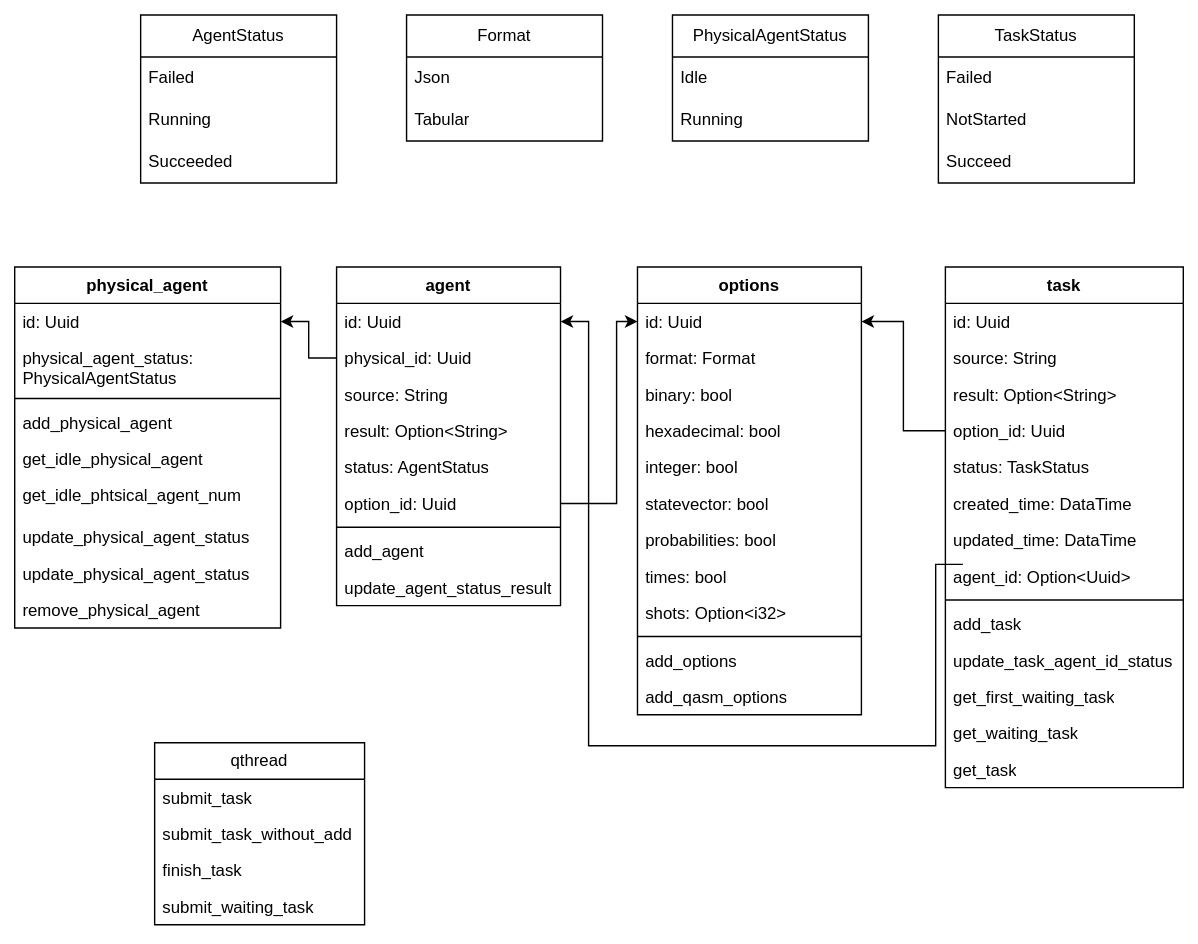
Before: doc/emulator-server.svg, a diagram exported from draw.io (BAQIC/emulate-server). Source tidied: cells renumbered, new cells last; positions are measured from the earlier drawing's top-left corner, leaving out a move shared by most shapes.
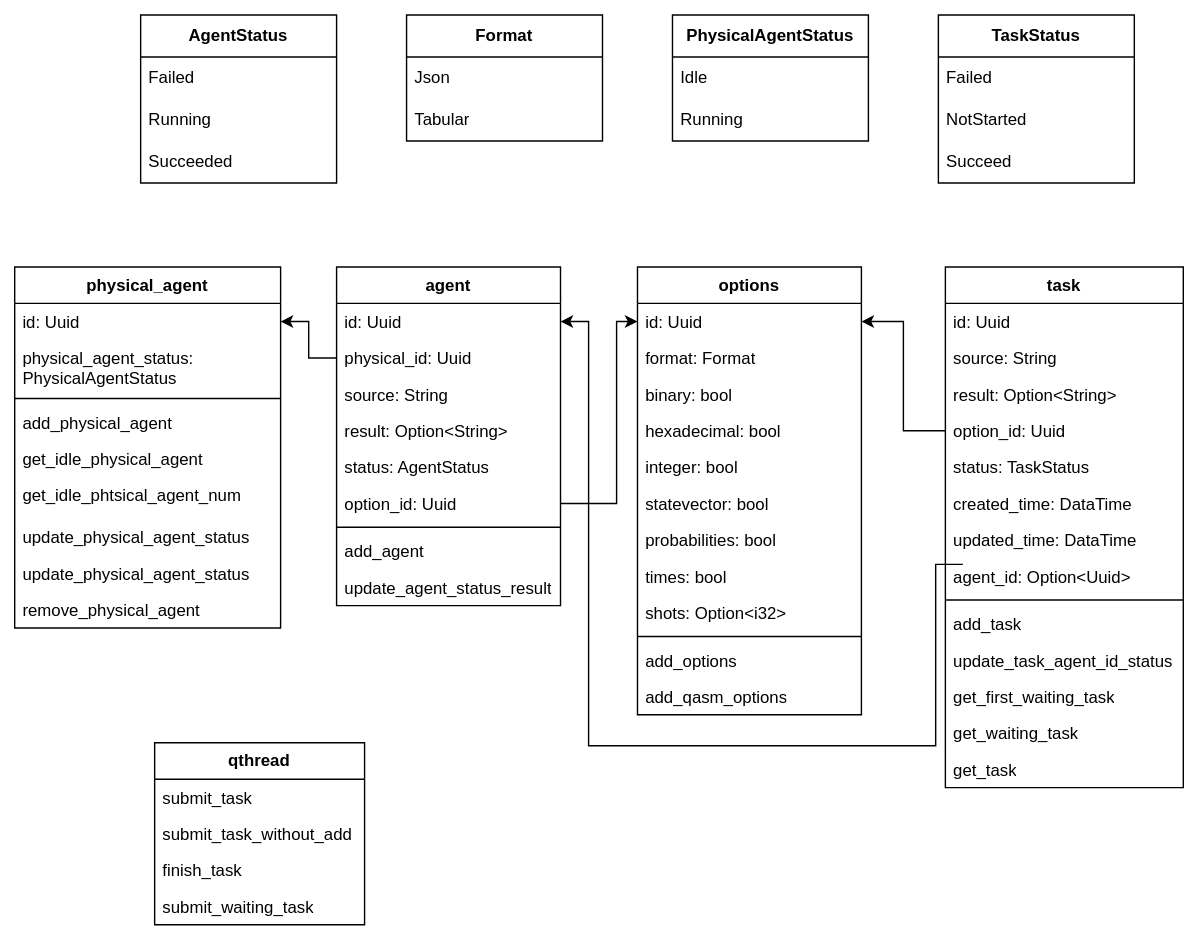
After the commit.

Diff of the diagram source:
```diff
@@ -32,7 +32,7 @@
     <mxCell id="11" value="update_agent_status_result" style="text;strokeColor=none;fillColor=none;align=left;verticalAlign=top;spacingLeft=4;spacingRight=4;overflow=hidden;whiteSpace=wrap;html=1;" parent="2" vertex="1">
       <mxGeometry y="216" width="160" height="26" as="geometry" />
     </mxCell>
-    <mxCell id="12" value="AgentStatus" style="swimlane;fontStyle=0;horizontal=1;startSize=30;whiteSpace=wrap;html=1;" parent="1" vertex="1">
+    <mxCell id="12" value="&lt;b&gt;AgentStatus&lt;/b&gt;" style="swimlane;fontStyle=0;horizontal=1;startSize=30;whiteSpace=wrap;html=1;" parent="1" vertex="1">
       <mxGeometry x="90" width="140" height="120" as="geometry" />
     </mxCell>
     <mxCell id="13" value="Failed" style="text;strokeColor=none;fillColor=none;align=left;verticalAlign=middle;spacingLeft=4;spacingRight=4;overflow=hidden;whiteSpace=wrap;html=1;" parent="12" vertex="1">
@@ -44,7 +44,7 @@
     <mxCell id="15" value="Succeeded" style="text;strokeColor=none;fillColor=none;align=left;verticalAlign=middle;spacingLeft=4;spacingRight=4;overflow=hidden;whiteSpace=wrap;html=1;" parent="12" vertex="1">
       <mxGeometry y="90" width="140" height="30" as="geometry" />
     </mxCell>
-    <mxCell id="16" value="Format" style="swimlane;fontStyle=0;horizontal=1;startSize=30;whiteSpace=wrap;html=1;" parent="1" vertex="1">
+    <mxCell id="16" value="&lt;b&gt;Format&lt;/b&gt;" style="swimlane;fontStyle=0;horizontal=1;startSize=30;whiteSpace=wrap;html=1;" parent="1" vertex="1">
       <mxGeometry x="280" width="140" height="90" as="geometry" />
     </mxCell>
     <mxCell id="17" value="Json" style="text;strokeColor=none;fillColor=none;align=left;verticalAlign=middle;spacingLeft=4;spacingRight=4;overflow=hidden;whiteSpace=wrap;html=1;" parent="16" vertex="1">
@@ -53,7 +53,7 @@
     <mxCell id="18" value="Tabular" style="text;strokeColor=none;fillColor=none;align=left;verticalAlign=middle;spacingLeft=4;spacingRight=4;overflow=hidden;whiteSpace=wrap;html=1;" parent="16" vertex="1">
       <mxGeometry y="60" width="140" height="30" as="geometry" />
     </mxCell>
-    <mxCell id="19" value="PhysicalAgentStatus" style="swimlane;fontStyle=0;horizontal=1;startSize=30;whiteSpace=wrap;html=1;" parent="1" vertex="1">
+    <mxCell id="19" value="&lt;b&gt;PhysicalAgentStatus&lt;/b&gt;" style="swimlane;fontStyle=0;horizontal=1;startSize=30;whiteSpace=wrap;html=1;" parent="1" vertex="1">
       <mxGeometry x="470" width="140" height="90" as="geometry" />
     </mxCell>
     <mxCell id="20" value="Idle" style="text;strokeColor=none;fillColor=none;align=left;verticalAlign=middle;spacingLeft=4;spacingRight=4;overflow=hidden;whiteSpace=wrap;html=1;" parent="19" vertex="1">
@@ -62,7 +62,7 @@
     <mxCell id="21" value="Running" style="text;strokeColor=none;fillColor=none;align=left;verticalAlign=middle;spacingLeft=4;spacingRight=4;overflow=hidden;whiteSpace=wrap;html=1;" parent="19" vertex="1">
       <mxGeometry y="60" width="140" height="30" as="geometry" />
     </mxCell>
-    <mxCell id="22" value="TaskStatus" style="swimlane;fontStyle=0;horizontal=1;startSize=30;whiteSpace=wrap;html=1;" parent="1" vertex="1">
+    <mxCell id="22" value="&lt;b&gt;TaskStatus&lt;/b&gt;" style="swimlane;fontStyle=0;horizontal=1;startSize=30;whiteSpace=wrap;html=1;" parent="1" vertex="1">
       <mxGeometry x="660" width="140" height="120" as="geometry" />
     </mxCell>
     <mxCell id="23" value="Failed" style="text;strokeColor=none;fillColor=none;align=left;verticalAlign=middle;spacingLeft=4;spacingRight=4;overflow=hidden;whiteSpace=wrap;html=1;" parent="22" vertex="1">
@@ -213,7 +213,7 @@
         </Array>
       </mxGeometry>
     </mxCell>
-    <mxCell id="68" value="qthread" style="swimlane;fontStyle=0;horizontal=1;startSize=26;fillColor=none;whiteSpace=wrap;html=1;" parent="1" vertex="1">
+    <mxCell id="68" value="&lt;b&gt;qthread&lt;/b&gt;" style="swimlane;fontStyle=0;horizontal=1;startSize=26;fillColor=none;whiteSpace=wrap;html=1;" parent="1" vertex="1">
       <mxGeometry x="100" y="520" width="150" height="130" as="geometry" />
     </mxCell>
     <mxCell id="69" value="submit_task" style="text;strokeColor=none;fillColor=none;align=left;verticalAlign=top;spacingLeft=4;spacingRight=4;overflow=hidden;whiteSpace=wrap;html=1;" parent="68" vertex="1">
```
